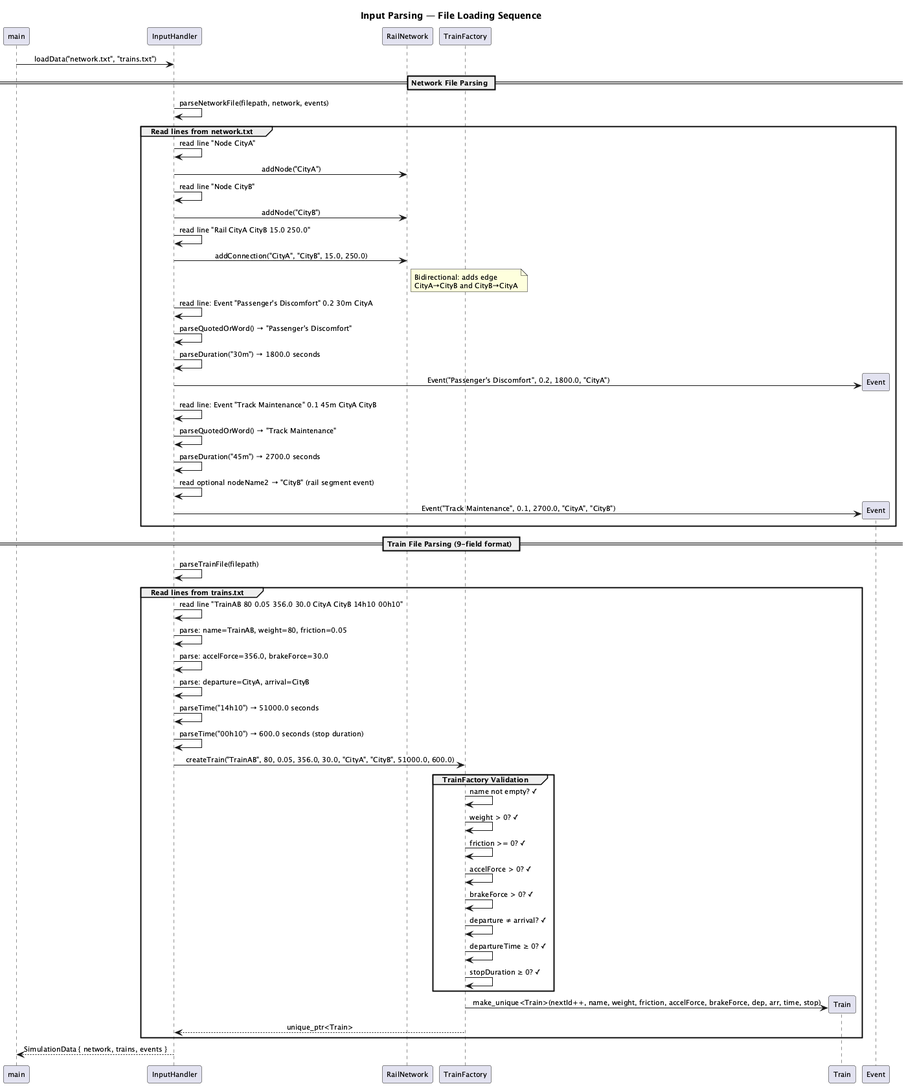
Above: docs/diagrams/sequence_input_parsing.png in abaiao-r/Module_05_Train_yourself (PlantUML), before the change.
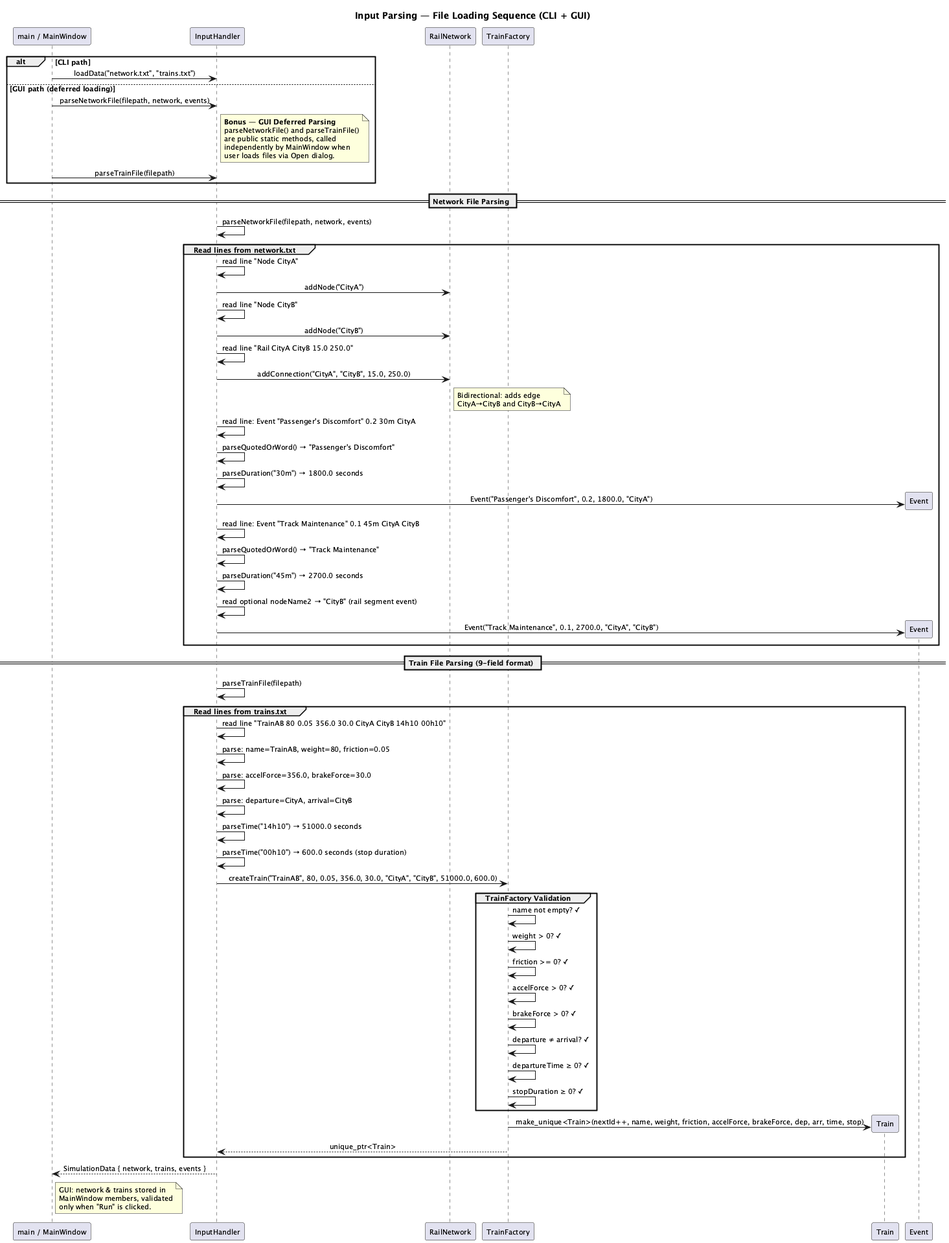
Above is the later version.

What changed in the source:
```diff
@@ -4,16 +4,28 @@
 skinparam shadowing false
 skinparam sequenceMessageAlign center
 
-title Input Parsing — File Loading Sequence
+title Input Parsing — File Loading Sequence (CLI + GUI)
 
-participant "main" as Main
+participant "main / MainWindow" as Main
 participant "InputHandler" as IH
 participant "RailNetwork" as Net
 participant "TrainFactory" as TF
 participant "Train" as T
 participant "Event" as Ev
 
-Main -> IH : loadData("network.txt", "trains.txt")
+alt CLI path
+    Main -> IH : loadData("network.txt", "trains.txt")
+else GUI path (deferred loading)
+    Main -> IH : parseNetworkFile(filepath, network, events)
+    note right of IH
+        **Bonus — GUI Deferred Parsing**
+        parseNetworkFile() and parseTrainFile()
+        are public static methods, called
+        independently by MainWindow when
+        user loads files via Open dialog.
+    end note
+    Main -> IH : parseTrainFile(filepath)
+end
 
 == Network File Parsing ==
 IH -> IH : parseNetworkFile(filepath, network, events)
@@ -72,5 +84,10 @@
 end
 
 IH --> Main : SimulationData { network, trains, events }
+note right of Main
+    GUI: network & trains stored in
+    MainWindow members, validated
+    only when "Run" is clicked.
+end note
 
 @enduml
```
